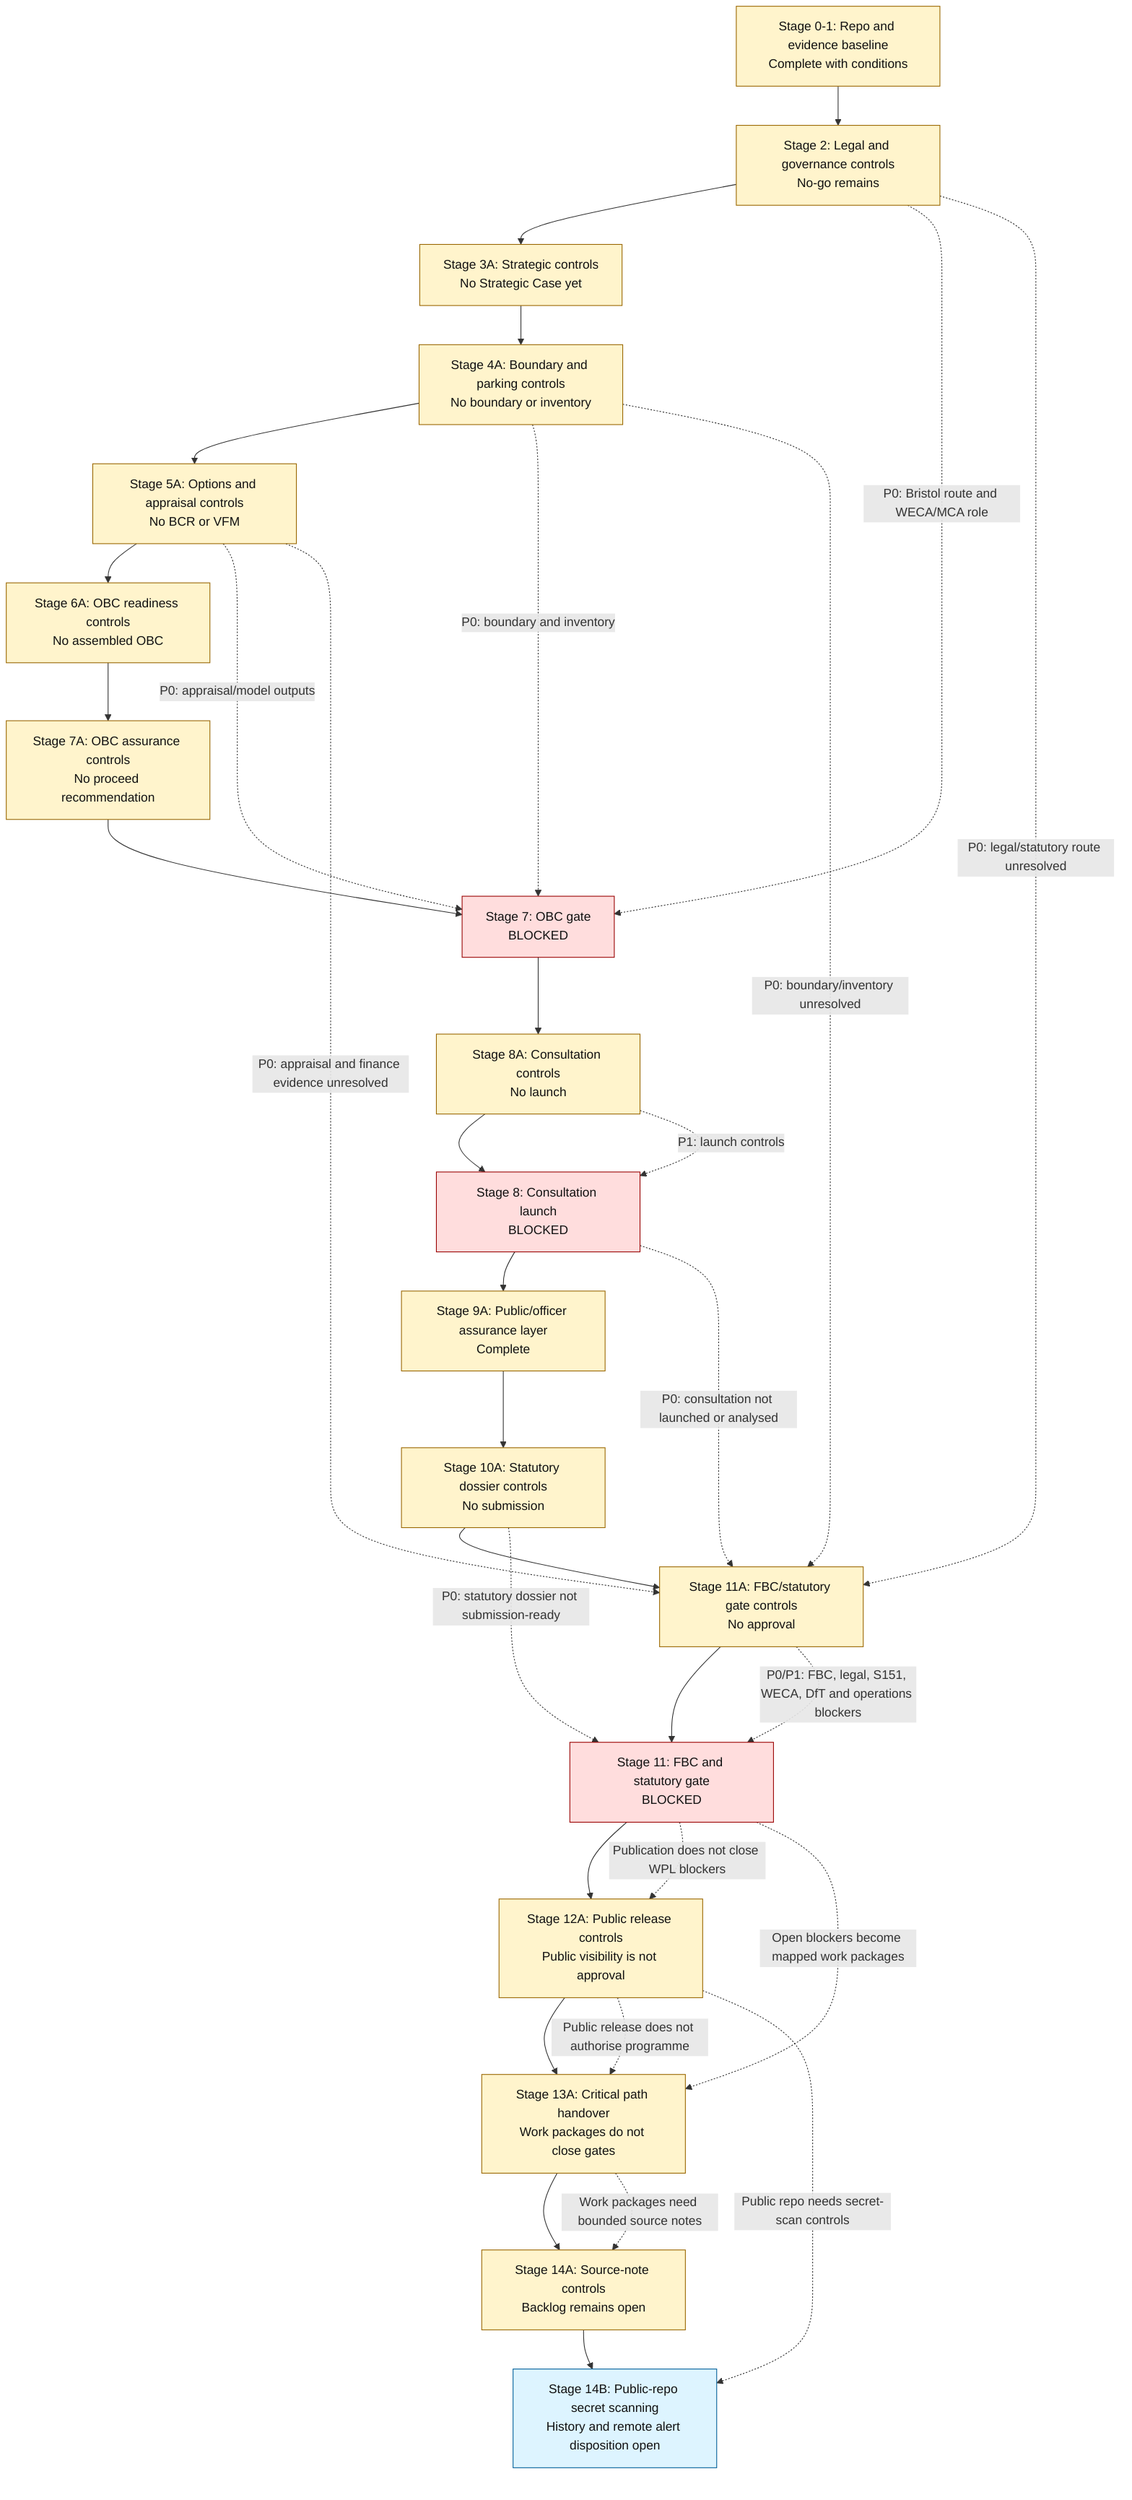
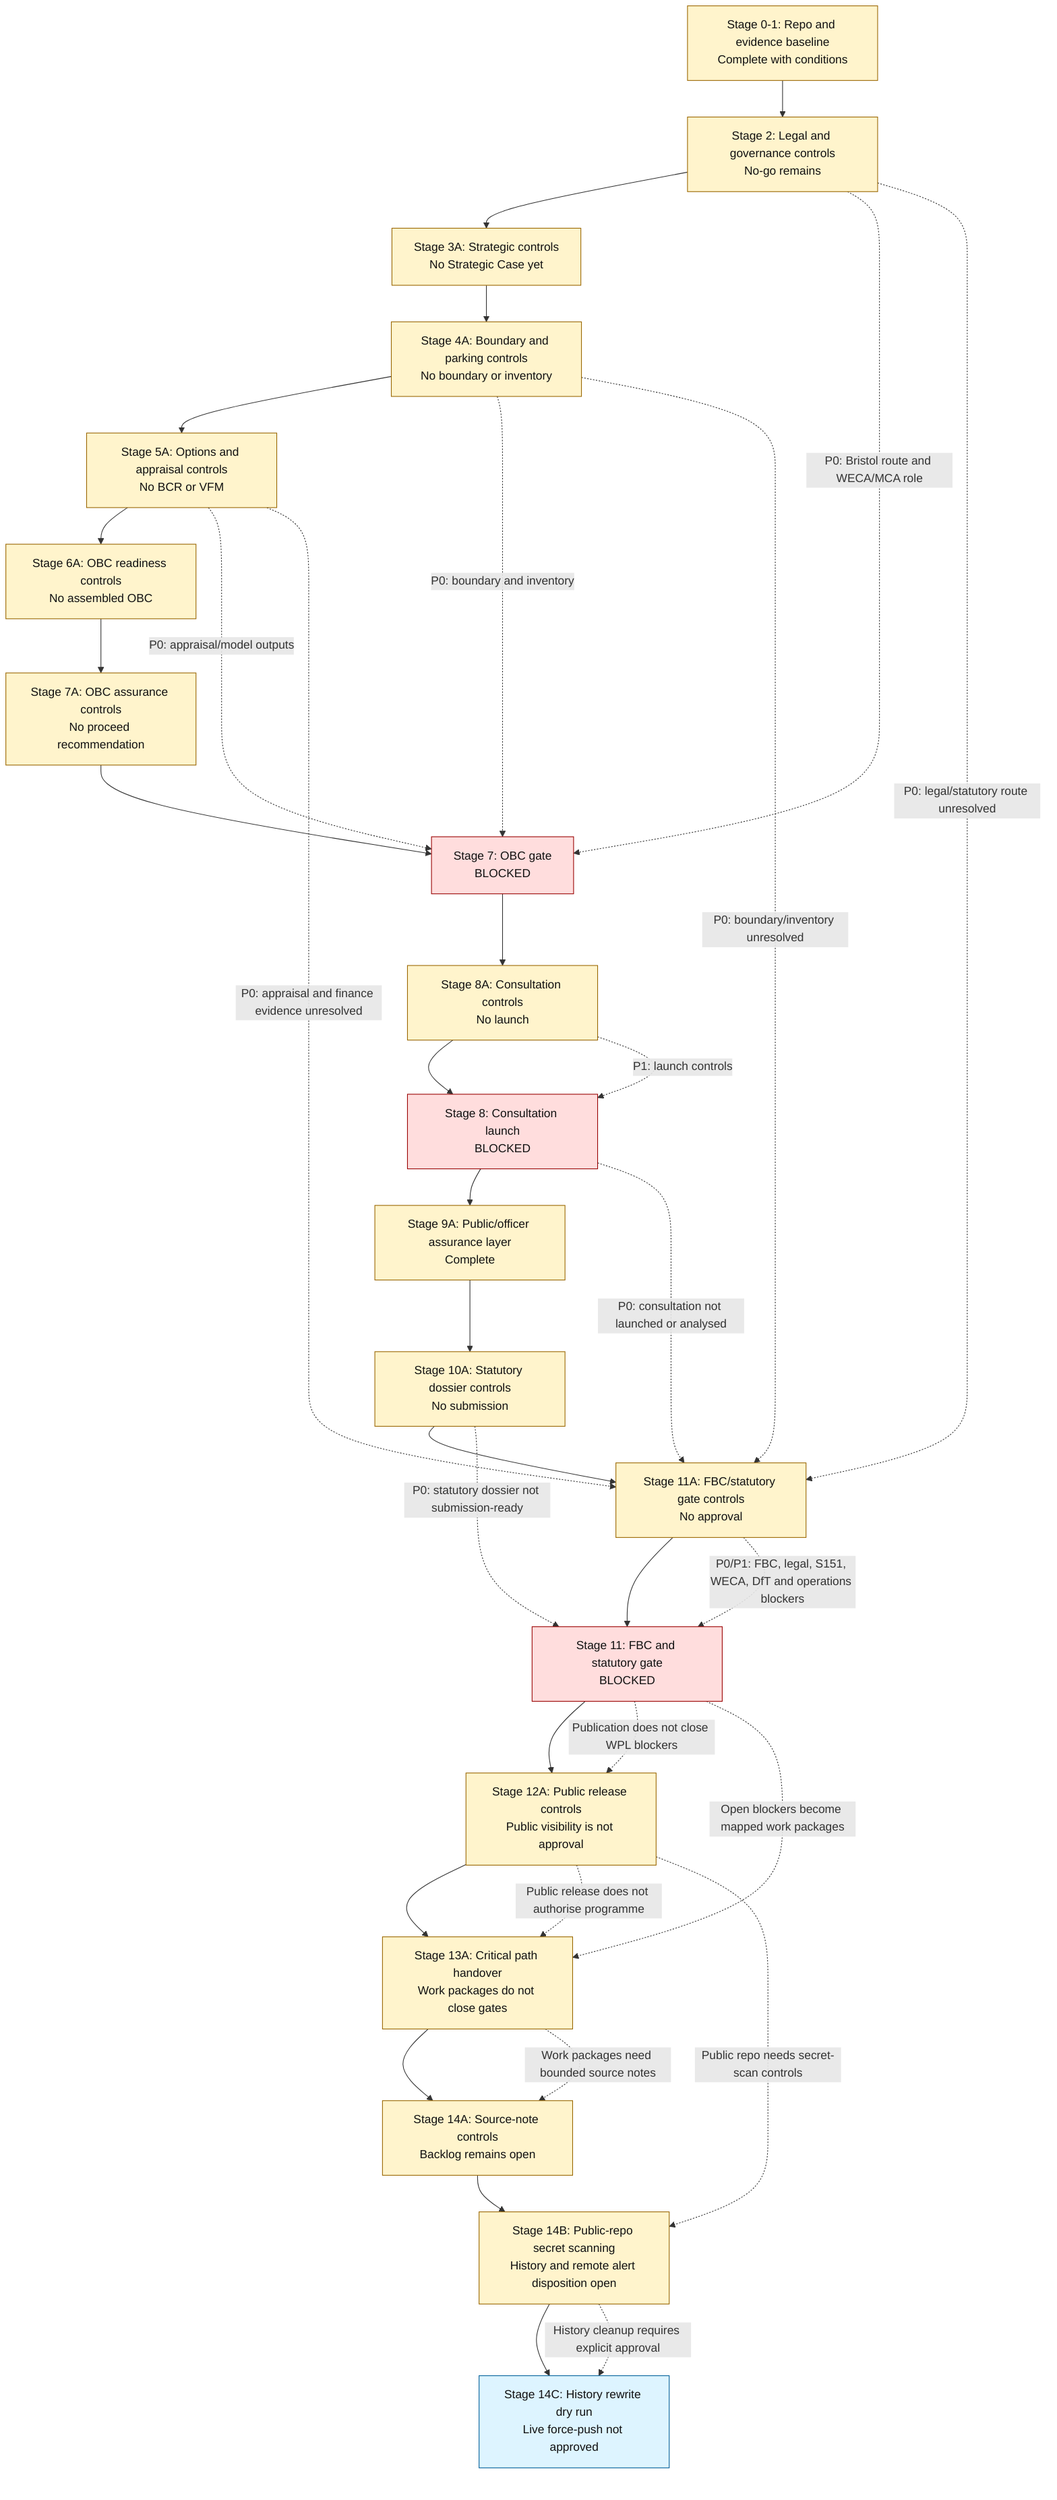
flowchart TD
    A["Stage 0-1: Repo and evidence baseline<br/>Complete with conditions"] --> B["Stage 2: Legal and governance controls<br/>No-go remains"]
    B --> C["Stage 3A: Strategic controls<br/>No Strategic Case yet"]
    C --> D["Stage 4A: Boundary and parking controls<br/>No boundary or inventory"]
    D --> E["Stage 5A: Options and appraisal controls<br/>No BCR or VFM"]
    E --> F["Stage 6A: OBC readiness controls<br/>No assembled OBC"]
    F --> F2["Stage 7A: OBC assurance controls<br/>No proceed recommendation"]
    F2 --> G["Stage 7: OBC gate<br/>BLOCKED"]
    G --> H["Stage 8A: Consultation controls<br/>No launch"]
    H --> I["Stage 8: Consultation launch<br/>BLOCKED"]
    I --> J["Stage 9A: Public/officer assurance layer<br/>Complete"]
    J --> J2["Stage 10A: Statutory dossier controls<br/>No submission"]
    J2 --> K2["Stage 11A: FBC/statutory gate controls<br/>No approval"]
    K2 --> K["Stage 11: FBC and statutory gate<br/>BLOCKED"]
    K --> L["Stage 12A: Public release controls<br/>Public visibility is not approval"]
    L --> M["Stage 13A: Critical path handover<br/>Work packages do not close gates"]
    M --> N["Stage 14A: Source-note controls<br/>Backlog remains open"]
    N --> O["Stage 14B: Public-repo secret scanning<br/>History and remote alert disposition open"]
+     O --> P["Stage 14C: History rewrite dry run<br/>Live force-push not approved"]

    B -. "P0: Bristol route and WECA/MCA role" .-> G
    D -. "P0: boundary and inventory" .-> G
    E -. "P0: appraisal/model outputs" .-> G
    H -. "P1: launch controls" .-> I
    B -. "P0: legal/statutory route unresolved" .-> K2
    D -. "P0: boundary/inventory unresolved" .-> K2
    E -. "P0: appraisal and finance evidence unresolved" .-> K2
    I -. "P0: consultation not launched or analysed" .-> K2
    J2 -. "P0: statutory dossier not submission-ready" .-> K
    K2 -. "P0/P1: FBC, legal, S151, WECA, DfT and operations blockers" .-> K
    K -. "Publication does not close WPL blockers" .-> L
    K -. "Open blockers become mapped work packages" .-> M
    L -. "Public release does not authorise programme" .-> M
    M -. "Work packages need bounded source notes" .-> N
    L -. "Public repo needs secret-scan controls" .-> O
+     O -. "History cleanup requires explicit approval" .-> P

    classDef blocked fill:#ffdddd,stroke:#990000,color:#111111;
    classDef control fill:#fff4cc,stroke:#996600,color:#111111;
    classDef current fill:#ddf4ff,stroke:#005f99,color:#111111;

    class G,I,K blocked;
-     class A,B,C,D,E,F,F2,H,J,J2,K2,L,M,N control;
-     class O current;
+     class A,B,C,D,E,F,F2,H,J,J2,K2,L,M,N,O control;
+     class P current;
